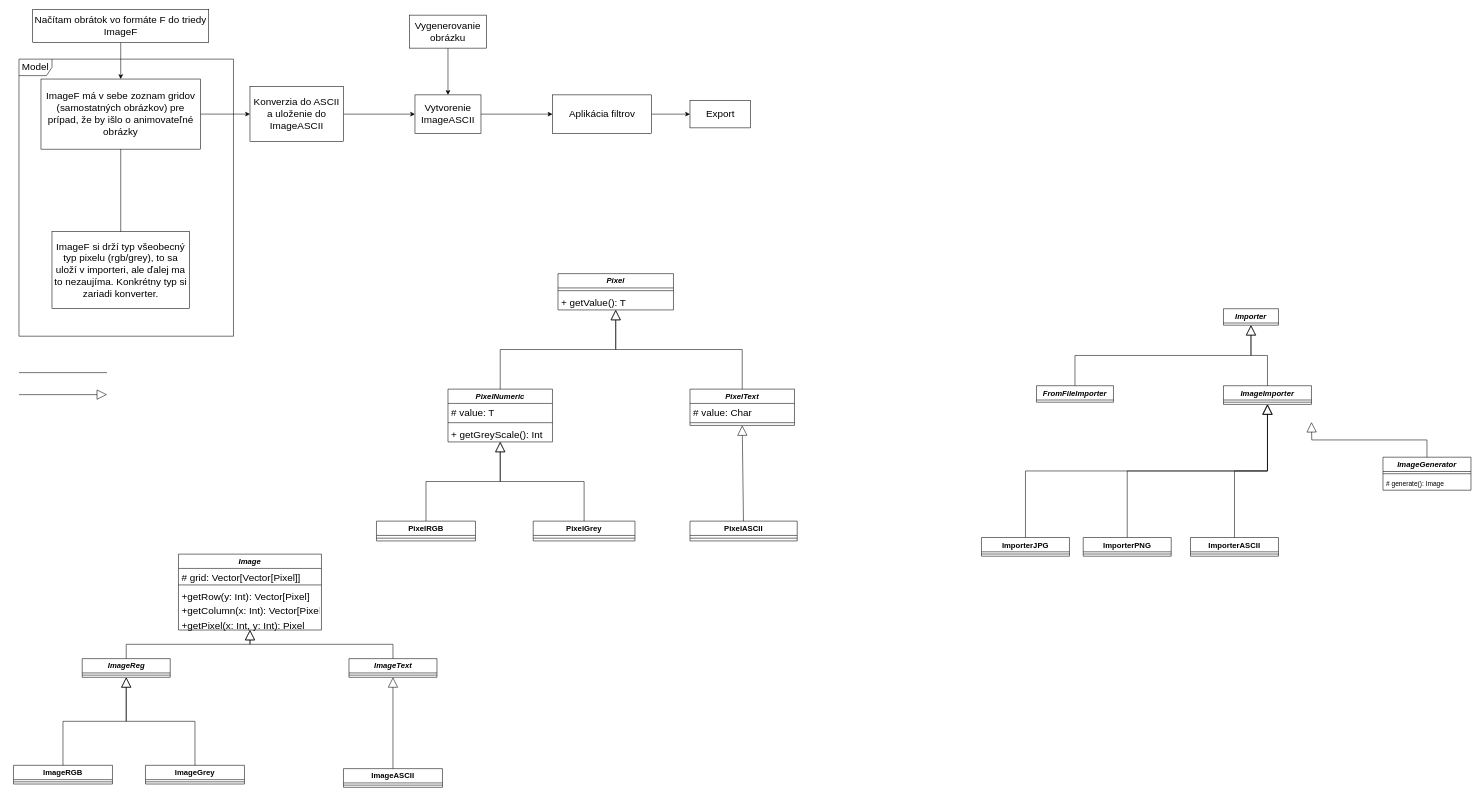
Above: diagram.drawio in BBOFY/Image-to-ASCII_converter (draw.io), before the change. Source tidied: cells renumbered, new cells numbered last; positions are measured from the earlier drawing's top-left corner, leaving out a move shared by most shapes. Both pictures are drawn from the tidied source at 55%, with x=0, y=0 at pixel (13, 9).
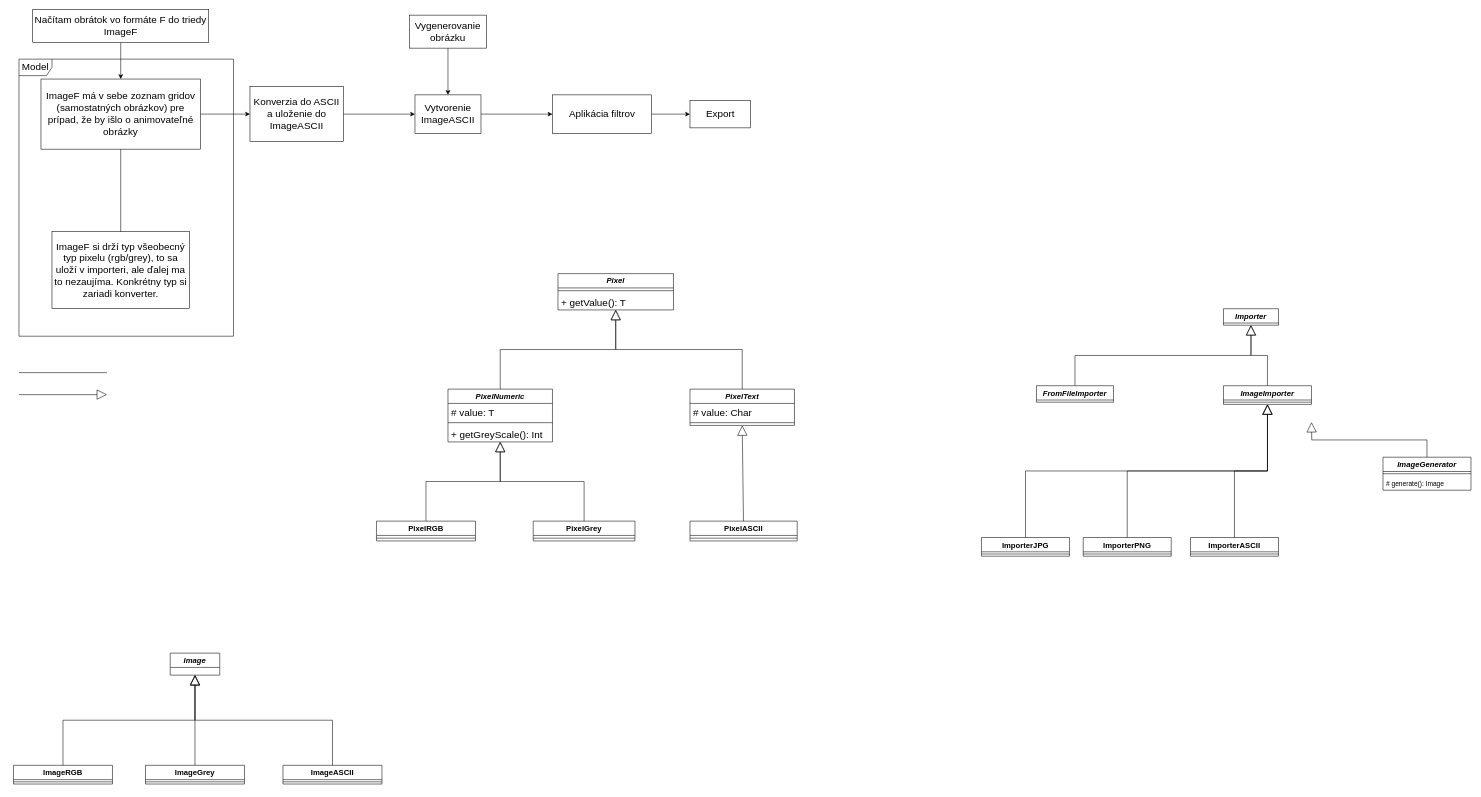
The same page after the edit.

Commit message:
Drawn there

Unchanged cells that the change refers to:
```xml
<mxCell id="67" value="ImageGrey" style="swimlane;fontStyle=1;align=center;verticalAlign=middle;horizontal=1;startSize=26;fontSize=14;whiteSpace=wrap;" parent="1" vertex="1">
  <mxGeometry x="240" y="1374" width="180" height="34" as="geometry" />
</mxCell>
<mxCell id="69" value="ImageRGB" style="swimlane;fontStyle=1;align=center;verticalAlign=middle;horizontal=1;startSize=26;fontSize=14;whiteSpace=wrap;" parent="1" vertex="1">
  <mxGeometry y="1374" width="180" height="34" as="geometry" />
</mxCell>
```

Diff of the diagram source:
```diff
@@
-    <mxCell id="59" value="Image" style="swimlane;fontStyle=3;align=center;verticalAlign=middle;horizontal=1;startSize=26;fontSize=14;whiteSpace=wrap;" parent="1" vertex="1">
-      <mxGeometry x="300" y="990" width="260" height="138" as="geometry" />
+    <mxCell id="59" value="Image" style="swimlane;fontStyle=3;align=center;verticalAlign=middle;horizontal=1;startSize=26;fontSize=14;whiteSpace=wrap;" parent="1" vertex="1" collapsed="1">
+      <mxGeometry x="285" y="1170" width="90" height="40" as="geometry" />
     </mxCell>
-    <mxCell id="60" value="# grid: Vector[Vector[Pixel]]" style="text;strokeColor=none;fillColor=none;align=left;verticalAlign=top;spacingLeft=4;spacingRight=4;overflow=hidden;fontSize=18;" parent="59" vertex="1">
-      <mxGeometry y="26" width="260" height="26" as="geometry" />
-    </mxCell>
-    <mxCell id="61" style="line;strokeWidth=1;fillColor=none;align=left;verticalAlign=middle;spacingTop=-1;spacingLeft=3;spacingRight=3;labelPosition=right;strokeColor=inherit;fontSize=18;" parent="59" vertex="1">
-      <mxGeometry y="52" width="260" height="8" as="geometry" />
-    </mxCell>
-    <mxCell id="62" value="+getRow(y: Int): Vector[Pixel]&#10;" style="text;strokeColor=none;fillColor=none;align=left;verticalAlign=top;spacingLeft=4;spacingRight=4;overflow=hidden;fontSize=18;" parent="59" vertex="1">
-      <mxGeometry y="60" width="260" height="26" as="geometry" />
-    </mxCell>
-    <mxCell id="63" value="+getColumn(x: Int): Vector[Pixel]&#10;" style="text;strokeColor=none;fillColor=none;align=left;verticalAlign=top;spacingLeft=4;spacingRight=4;overflow=hidden;fontSize=18;" parent="59" vertex="1">
-      <mxGeometry y="86" width="260" height="26" as="geometry" />
-    </mxCell>
-    <mxCell id="64" value="+getPixel(x: Int, y: Int): Pixel&#10;" style="text;strokeColor=none;fillColor=none;align=left;verticalAlign=top;spacingLeft=4;spacingRight=4;overflow=hidden;fontSize=18;" parent="59" vertex="1">
-      <mxGeometry y="112" width="260" height="26" as="geometry" />
-    </mxCell>
     <mxCell id="65" value="ImageASCII" style="swimlane;fontStyle=1;align=center;verticalAlign=middle;horizontal=1;startSize=26;fontSize=14;whiteSpace=wrap;" parent="1" vertex="1">
-      <mxGeometry x="600" y="1380" width="180" height="34" as="geometry" />
+      <mxGeometry x="490" y="1374" width="180" height="34" as="geometry" />
     </mxCell>
@@
-    <mxCell id="71" style="endArrow=block;endSize=16;endFill=0;html=1;rounded=0;strokeColor=default;strokeWidth=1;fontSize=14;exitX=0.5;exitY=0;exitDx=0;exitDy=0;entryX=0.5;entryY=1;entryDx=0;entryDy=0;edgeStyle=orthogonalEdgeStyle;verticalAlign=middle;horizontal=1;fontStyle=0;" parent="1" edge="1" source="67" target="73">
+    <mxCell id="71" style="endArrow=block;endSize=16;endFill=0;html=1;rounded=0;strokeColor=default;strokeWidth=1;fontSize=14;exitX=0.5;exitY=0;exitDx=0;exitDy=0;entryX=0.5;entryY=1;entryDx=0;entryDy=0;edgeStyle=orthogonalEdgeStyle;verticalAlign=middle;horizontal=1;fontStyle=0;" parent="1" edge="1" source="67" target="59">
       <mxGeometry relative="1" as="geometry" />
     </mxCell>
-    <mxCell id="72" style="endArrow=block;endSize=16;endFill=0;html=1;rounded=0;strokeColor=default;strokeWidth=1;fontSize=14;entryX=0.5;entryY=1;entryDx=0;entryDy=0;edgeStyle=orthogonalEdgeStyle;exitX=0.5;exitY=0;exitDx=0;exitDy=0;verticalAlign=middle;horizontal=1;fontStyle=0;" parent="1" edge="1" source="69" target="73">
+    <mxCell id="72" style="endArrow=block;endSize=16;endFill=0;html=1;rounded=0;strokeColor=default;strokeWidth=1;fontSize=14;edgeStyle=orthogonalEdgeStyle;exitX=0.5;exitY=0;exitDx=0;exitDy=0;verticalAlign=middle;horizontal=1;fontStyle=0;entryX=0.5;entryY=1;entryDx=0;entryDy=0;" parent="1" edge="1" source="69" target="59">
       <mxGeometry relative="1" as="geometry" />
     </mxCell>
-    <mxCell id="73" value="ImageReg" style="swimlane;fontStyle=3;align=center;verticalAlign=middle;horizontal=1;startSize=26;labelBorderColor=none;fontSize=14;html=1;" parent="1" vertex="1">
-      <mxGeometry x="125" y="1180" width="160" height="34" as="geometry" />
-    </mxCell>
-    <mxCell id="74" style="line;strokeWidth=1;fillColor=none;align=left;verticalAlign=middle;spacingTop=-1;spacingLeft=3;spacingRight=3;labelPosition=right;strokeColor=inherit;labelBorderColor=none;fontSize=18;html=1;" parent="73" vertex="1">
-      <mxGeometry y="26" width="160" height="8" as="geometry" />
-    </mxCell>
-    <mxCell id="75" style="endArrow=block;endSize=16;endFill=0;html=1;rounded=0;strokeColor=default;strokeWidth=1;fontSize=14;entryX=0.5;entryY=1;entryDx=0;entryDy=0;exitX=0.5;exitY=0;exitDx=0;exitDy=0;edgeStyle=orthogonalEdgeStyle;verticalAlign=middle;horizontal=1;fontStyle=0;" parent="1" edge="1" source="73" target="59">
-      <mxGeometry relative="1" as="geometry" />
-    </mxCell>
-    <mxCell id="76" value="ImageText" style="swimlane;fontStyle=3;align=center;verticalAlign=middle;horizontal=1;startSize=26;labelBorderColor=none;fontSize=14;html=1;" parent="1" vertex="1">
-      <mxGeometry x="610" y="1180" width="160" height="34" as="geometry" />
-    </mxCell>
-    <mxCell id="77" style="line;strokeWidth=1;fillColor=none;align=left;verticalAlign=middle;spacingTop=-1;spacingLeft=3;spacingRight=3;labelPosition=right;strokeColor=inherit;labelBorderColor=none;fontSize=18;html=1;" parent="76" vertex="1">
-      <mxGeometry y="26" width="160" height="8" as="geometry" />
-    </mxCell>
-    <mxCell id="78" style="endArrow=block;endSize=16;endFill=0;html=1;rounded=0;strokeColor=default;strokeWidth=1;fontSize=14;entryX=0.5;entryY=1;entryDx=0;entryDy=0;exitX=0.5;exitY=0;exitDx=0;exitDy=0;edgeStyle=orthogonalEdgeStyle;verticalAlign=middle;horizontal=1;fontStyle=0;" parent="1" edge="1" source="76" target="59">
-      <mxGeometry relative="1" as="geometry" />
-    </mxCell>
-    <mxCell id="79" style="endArrow=block;endSize=16;endFill=0;html=1;rounded=0;strokeColor=default;strokeWidth=1;fontSize=14;exitX=0.5;exitY=0;exitDx=0;exitDy=0;verticalAlign=middle;horizontal=1;fontStyle=0;" parent="1" edge="1" source="65" target="76">
+    <mxCell id="79" style="endArrow=block;endSize=16;endFill=0;html=1;rounded=0;strokeColor=default;strokeWidth=1;fontSize=14;exitX=0.5;exitY=0;exitDx=0;exitDy=0;verticalAlign=middle;horizontal=1;fontStyle=0;entryX=0.5;entryY=1;entryDx=0;entryDy=0;edgeStyle=orthogonalEdgeStyle;" parent="1" edge="1" source="65" target="59">
       <mxGeometry relative="1" as="geometry" />
     </mxCell>
```
